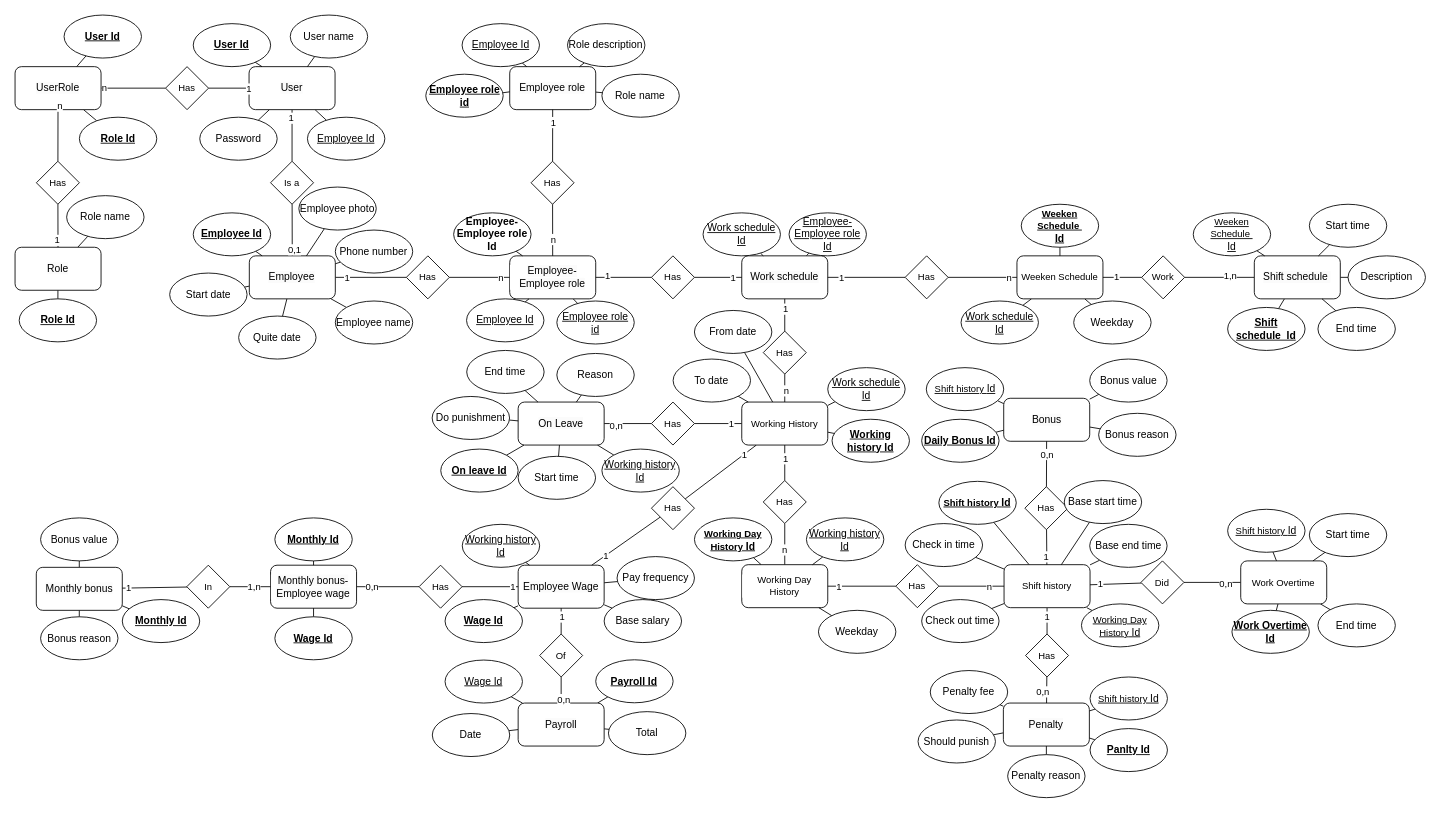
The draw.io diagram Doc/ER.drawio in HoangDepTraiBoDoiThe/EmployeeManagement, before the edit. Source tidied: cells renumbered, new cells numbered last; positions are measured from the earlier drawing's top-left corner, leaving out a move shared by most shapes. Both pictures are drawn from the tidied source at 86%, with x=0, y=0 at pixel (15, 15).
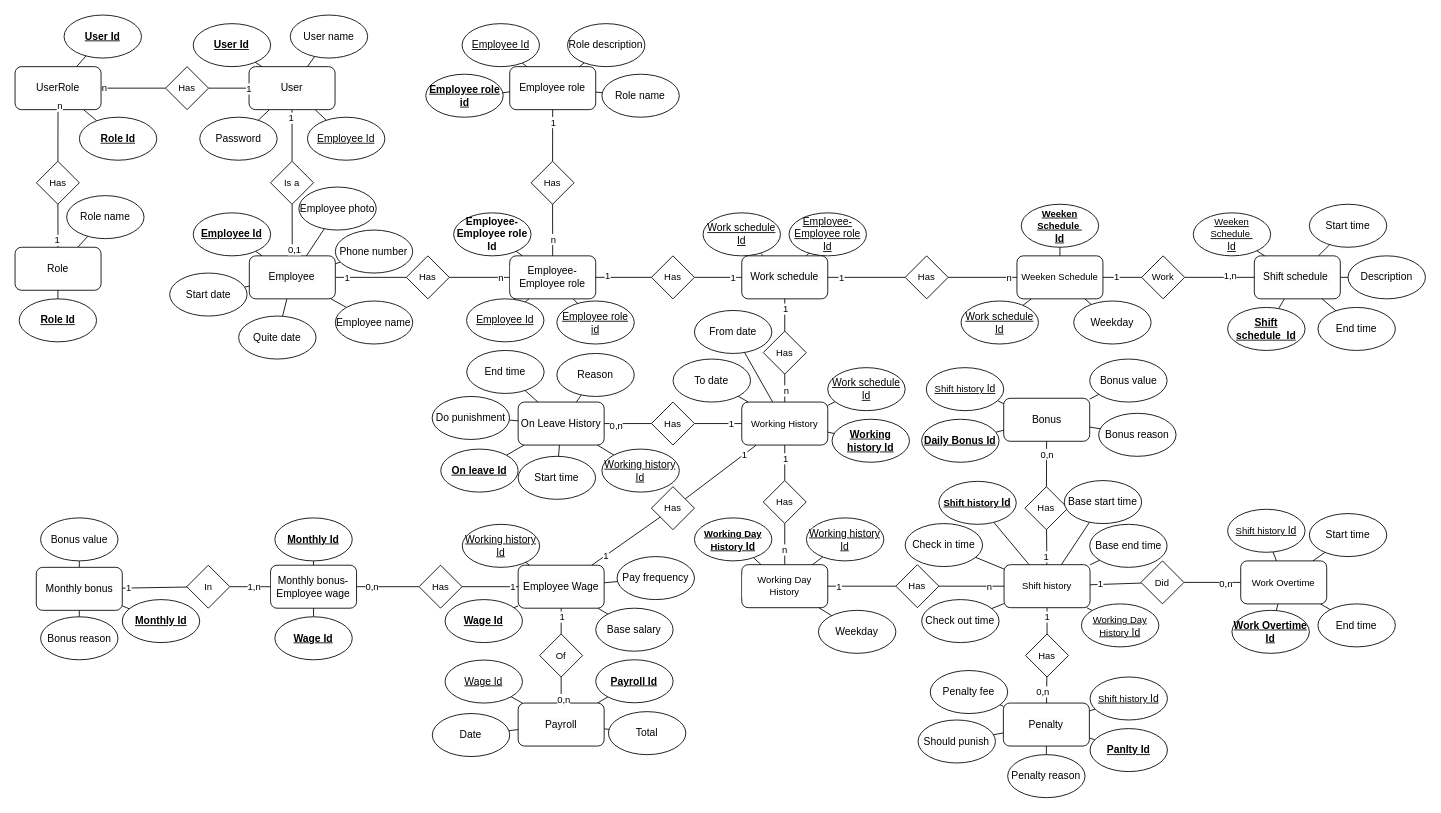
The same page after the edit.

What changed in the source:
```diff
@@
     <mxCell id="70" value="Base salary" style="ellipse;whiteSpace=wrap;html=1;fontStyle=0;" parent="1" vertex="1">
-      <mxGeometry x="685" y="679.7" width="90" height="50" as="geometry" />
+      <mxGeometry x="675.2" y="689.7" width="90" height="50" as="geometry" />
     </mxCell>
@@
-    <mxCell id="159" value="&lt;span style=&quot;font-size: 12px; background-color: rgb(251, 251, 251);&quot;&gt;On Leave&lt;/span&gt;" style="rounded=1;whiteSpace=wrap;html=1;fontFamily=Helvetica;fontSize=11;fontColor=default;labelBackgroundColor=default;" parent="1" vertex="1">
+    <mxCell id="159" value="&lt;span style=&quot;font-size: 12px; background-color: rgb(251, 251, 251);&quot;&gt;On Leave History&lt;/span&gt;" style="rounded=1;whiteSpace=wrap;html=1;fontFamily=Helvetica;fontSize=11;fontColor=default;labelBackgroundColor=default;" parent="1" vertex="1">
       <mxGeometry x="585" y="450" width="100" height="50" as="geometry" />
     </mxCell>
```
